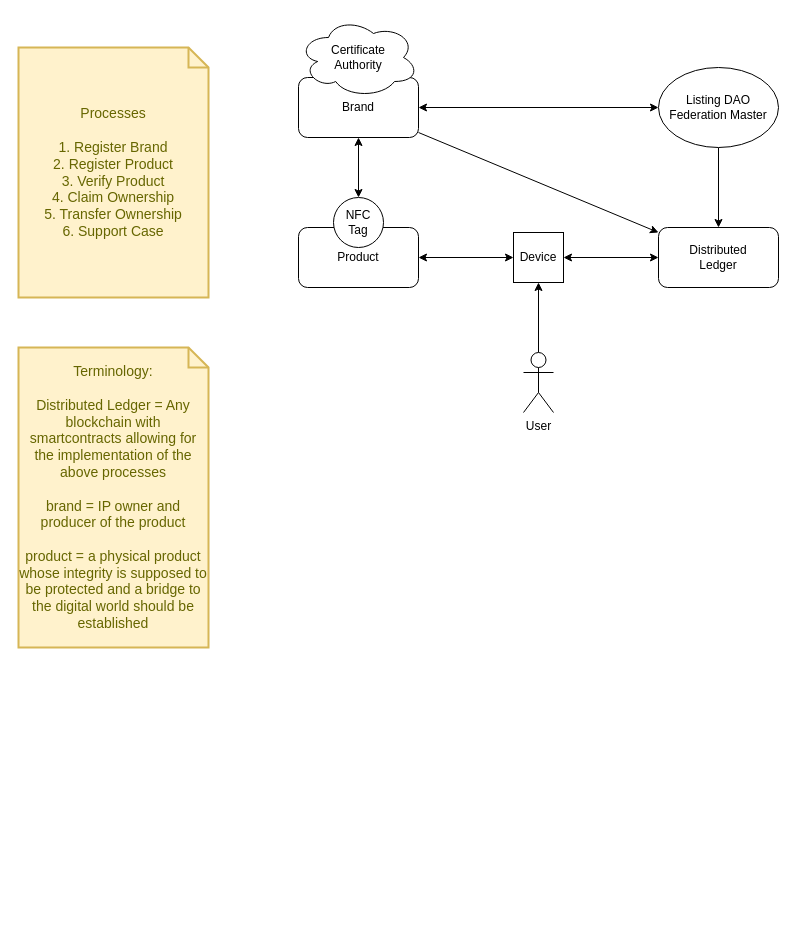
open-metabridge-foundation/protocol keeps this draw.io diagram as page "overview" (1 of 12) of diagrams/overview.drawio. Above is the earlier version. Source tidied: cells renumbered, new cells numbered last; positions are measured from the earlier drawing's top-left corner, leaving out a move shared by most shapes. Both pictures are drawn from the tidied source at 100%, with x=0, y=0 at pixel (18, 17).
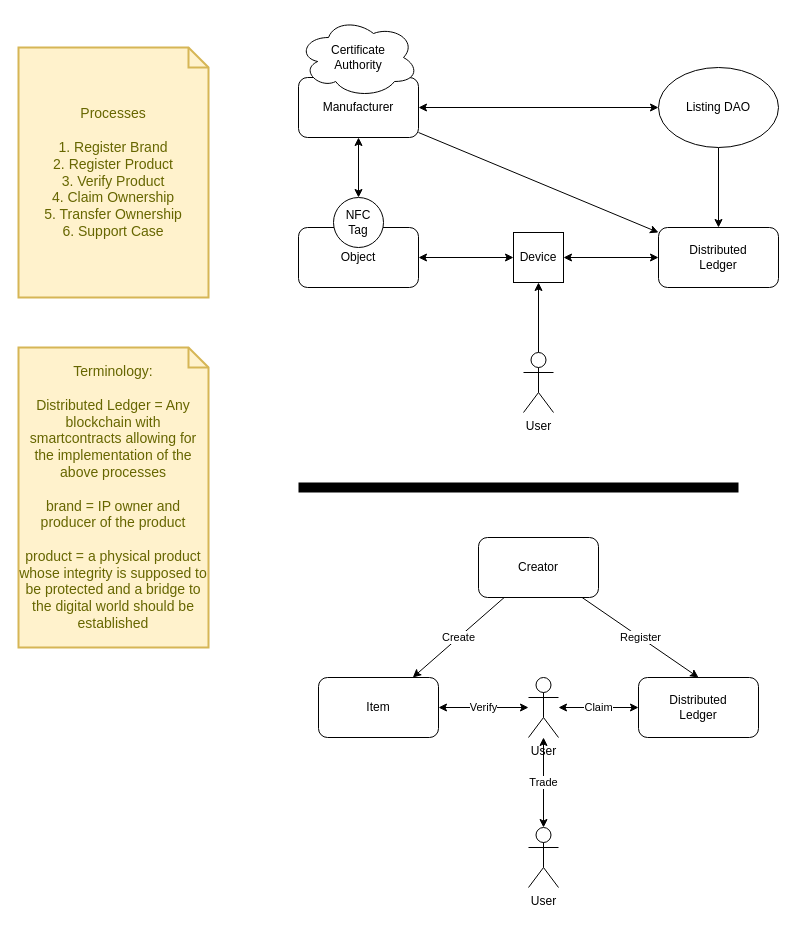
Above is the later version.

Change to the diagram source:
```diff
@@
-    <mxCell id="5" value="Brand" style="rounded=1;whiteSpace=wrap;html=1;" parent="1" vertex="1">
+    <mxCell id="5" value="Manufacturer" style="rounded=1;whiteSpace=wrap;html=1;" parent="1" vertex="1">
       <mxGeometry x="280" y="60" width="120" height="60" as="geometry" />
     </mxCell>
-    <mxCell id="6" value="Product" style="rounded=1;whiteSpace=wrap;html=1;" parent="1" vertex="1">
+    <mxCell id="6" value="Object" style="rounded=1;whiteSpace=wrap;html=1;" parent="1" vertex="1">
       <mxGeometry x="280" y="210" width="120" height="60" as="geometry" />
     </mxCell>
@@
-    <mxCell id="16" value="Listing DAO&lt;br&gt;Federation Master" style="ellipse;whiteSpace=wrap;html=1;" parent="1" vertex="1">
+    <mxCell id="16" value="Listing DAO" style="ellipse;whiteSpace=wrap;html=1;" parent="1" vertex="1">
       <mxGeometry x="640" y="50" width="120" height="80" as="geometry" />
     </mxCell>
@@
+    <mxCell id="19" value="Create" style="rounded=0;jettySize=auto;html=1;startArrow=none;startFill=0;" parent="1" edge="1" source="21" target="22">
+      <mxGeometry relative="1" as="geometry" />
+    </mxCell>
+    <mxCell id="20" value="Register" style="rounded=0;jettySize=auto;html=1;entryX=0.5;entryY=0;entryDx=0;entryDy=0;startArrow=none;startFill=0;" parent="1" edge="1" source="21" target="23">
+      <mxGeometry relative="1" as="geometry" />
+    </mxCell>
+    <mxCell id="21" value="Creator" style="rounded=1;whiteSpace=wrap;html=1;" parent="1" vertex="1">
+      <mxGeometry x="460" y="520" width="120" height="60" as="geometry" />
+    </mxCell>
+    <mxCell id="22" value="Item" style="rounded=1;whiteSpace=wrap;html=1;" parent="1" vertex="1">
+      <mxGeometry x="300" y="660" width="120" height="60" as="geometry" />
+    </mxCell>
+    <mxCell id="23" value="Distributed&lt;br&gt;Ledger" style="rounded=1;whiteSpace=wrap;html=1;" parent="1" vertex="1">
+      <mxGeometry x="620" y="660" width="120" height="60" as="geometry" />
+    </mxCell>
+    <mxCell id="24" value="Verify" style="edgeStyle=orthogonalEdgeStyle;rounded=0;jettySize=auto;html=1;startArrow=classic;startFill=1;" parent="1" edge="1" source="26" target="22">
+      <mxGeometry relative="1" as="geometry" />
+    </mxCell>
+    <mxCell id="25" value="Claim" style="edgeStyle=orthogonalEdgeStyle;rounded=0;jettySize=auto;html=1;startArrow=classic;startFill=1;" parent="1" edge="1" source="26" target="23">
+      <mxGeometry relative="1" as="geometry" />
+    </mxCell>
+    <mxCell id="26" value="User" style="shape=umlActor;verticalLabelPosition=bottom;verticalAlign=top;html=1;outlineConnect=0;" parent="1" vertex="1">
+      <mxGeometry x="510" y="660" width="30" height="60" as="geometry" />
+    </mxCell>
+    <mxCell id="27" value="Trade" style="edgeStyle=orthogonalEdgeStyle;rounded=0;jettySize=auto;html=1;startArrow=classic;startFill=1;" parent="1" edge="1" source="28" target="26">
+      <mxGeometry relative="1" as="geometry" />
+    </mxCell>
+    <mxCell id="28" value="User" style="shape=umlActor;verticalLabelPosition=bottom;verticalAlign=top;html=1;outlineConnect=0;" parent="1" vertex="1">
+      <mxGeometry x="510" y="810" width="30" height="60" as="geometry" />
+    </mxCell>
+    <mxCell id="29" style="endArrow=none;html=1;rounded=0;strokeWidth=10;" parent="1" edge="1">
+      <mxGeometry relative="1" as="geometry">
+        <mxPoint x="280" y="470" as="sourcePoint" />
+        <mxPoint x="720" y="470" as="targetPoint" />
+      </mxGeometry>
+    </mxCell>
```
